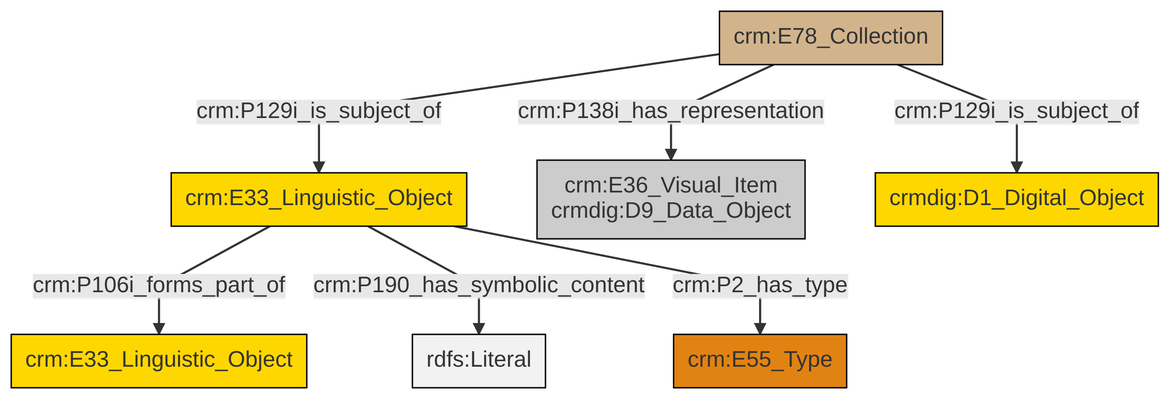
Before: et/archivalCSV/ttl/mmd/png/archival_docs.png, a diagram exported from Mermaid (swiss-art-research-net/docs.swissartresearch). Its source is kept beside it as et/archivalCSV/ttl/mmd/archival_docs.ttl.mmd.
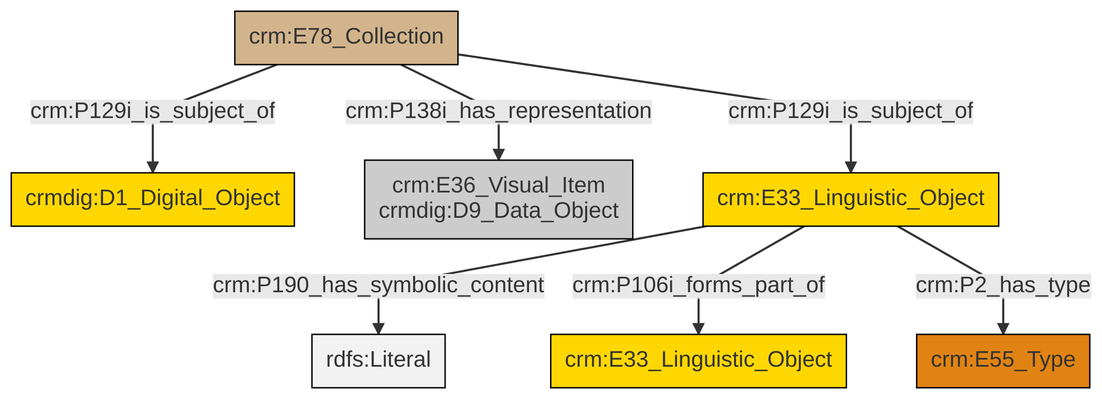
Later version of the same file.

Change to the diagram source:
```diff
@@ -13,9 +13,9 @@
 classDef PC_Classes fill:#4ce600, stroke:#000000;
 classDef Multi fill:#cccccc,stroke:#000000;
 
-2["crm:E78_Collection"]:::Physical_Thing -->|crm:P129i_is_subject_of| 3["crm:E33_Linguistic_Object"]:::Conceptual_Object
-2["crm:E78_Collection"]:::Physical_Thing -->|crm:P138i_has_representation| 4["crm:E36_Visual_Item<br>crmdig:D9_Data_Object"]:::Multi
-3["crm:E33_Linguistic_Object"]:::Conceptual_Object -->|crm:P106i_forms_part_of| 5["crm:E33_Linguistic_Object"]:::Conceptual_Object
-3["crm:E33_Linguistic_Object"]:::Conceptual_Object -->|crm:P190_has_symbolic_content| 6[rdfs:Literal]:::Literal
-2["crm:E78_Collection"]:::Physical_Thing -->|crm:P129i_is_subject_of| 7["crmdig:D1_Digital_Object"]:::Conceptual_Object
-3["crm:E33_Linguistic_Object"]:::Conceptual_Object -->|crm:P2_has_type| 0["crm:E55_Type"]:::Type
+6["crm:E78_Collection"]:::Physical_Thing -->|crm:P129i_is_subject_of| 7["crm:E33_Linguistic_Object"]:::Conceptual_Object
+6["crm:E78_Collection"]:::Physical_Thing -->|crm:P129i_is_subject_of| 0["crmdig:D1_Digital_Object"]:::Conceptual_Object
+7["crm:E33_Linguistic_Object"]:::Conceptual_Object -->|crm:P190_has_symbolic_content| 11[rdfs:Literal]:::Literal
+7["crm:E33_Linguistic_Object"]:::Conceptual_Object -->|crm:P106i_forms_part_of| 13["crm:E33_Linguistic_Object"]:::Conceptual_Object
+7["crm:E33_Linguistic_Object"]:::Conceptual_Object -->|crm:P2_has_type| 4["crm:E55_Type"]:::Type
+6["crm:E78_Collection"]:::Physical_Thing -->|crm:P138i_has_representation| 2["crm:E36_Visual_Item<br>crmdig:D9_Data_Object"]:::Multi
```
